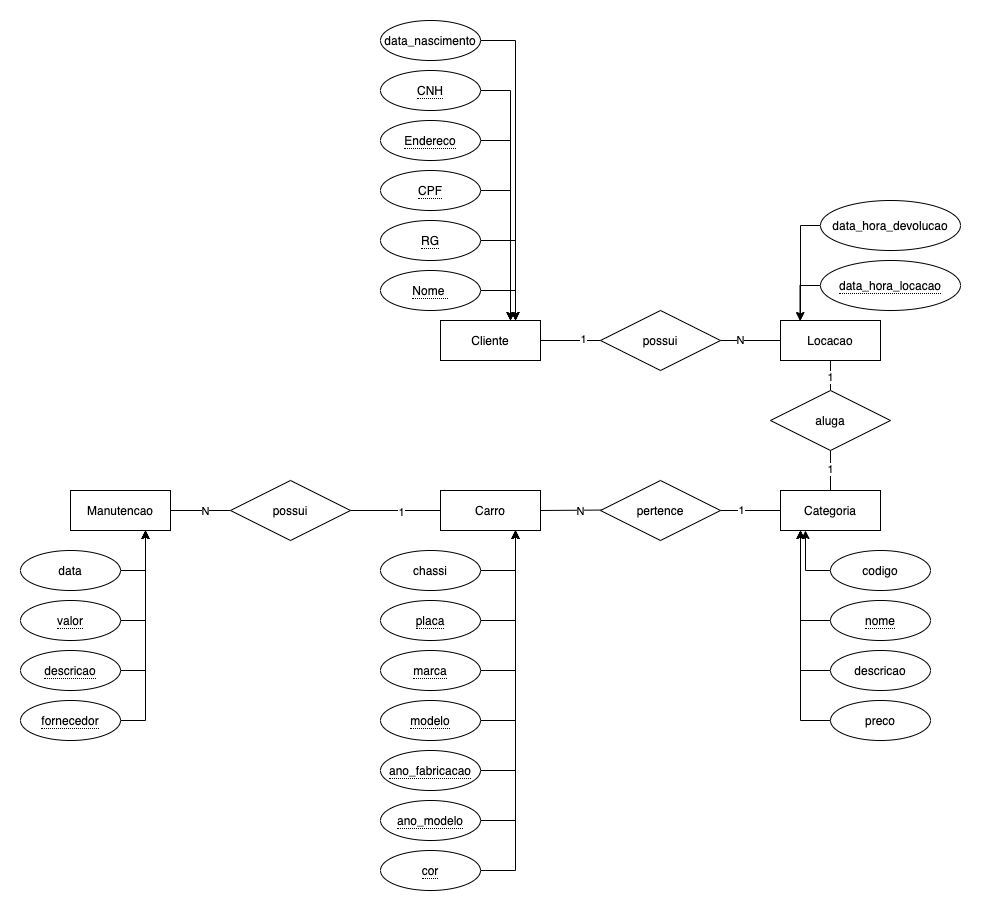
Above: 4.Locadora de Veiculos/MER_locadora_veiculos.png in abnerfilipe/AdministracaoOrganizacaoDeBancoDeDados (draw.io), before the change. Source tidied: cells renumbered, new cells last; positions are measured from the earlier drawing's top-left corner, leaving out a move shared by most shapes.
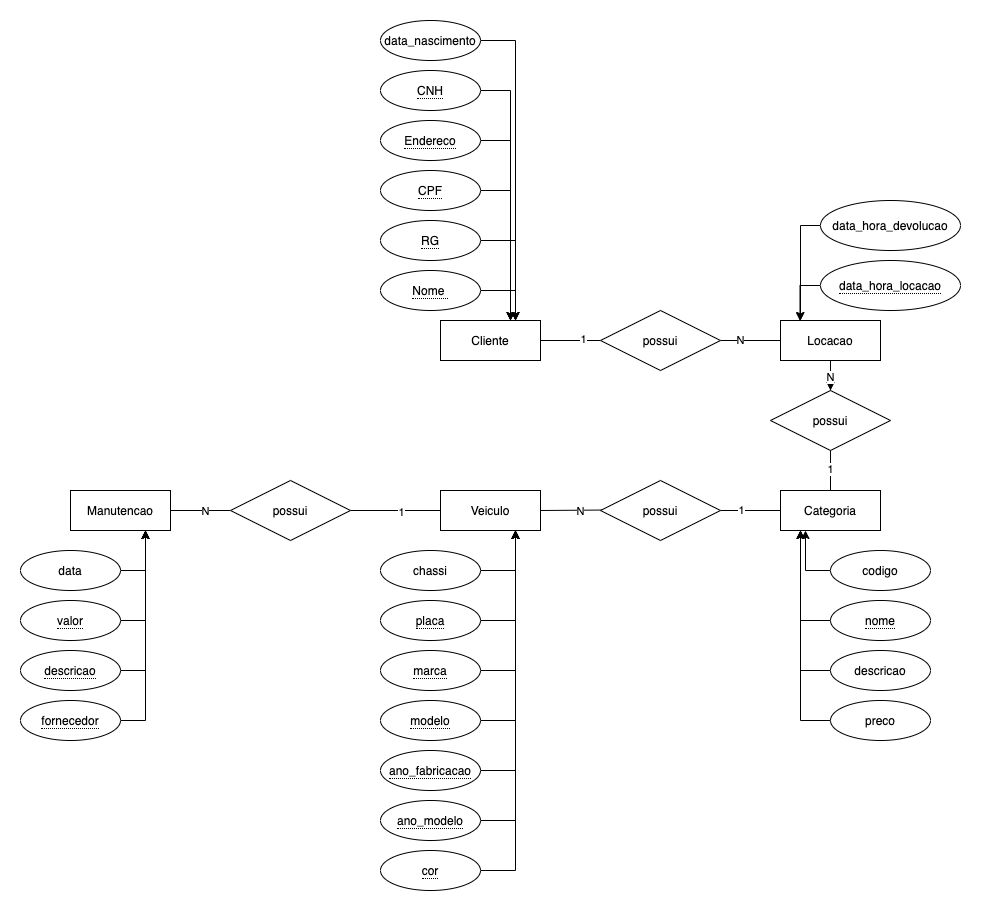
After the commit.

Commit message:
Finalizado os requisitos do sql e o MER

Change to the diagram source:
```diff
@@ -53,6 +53,9 @@
     <mxCell id="16" value="data_nascimento" style="ellipse;whiteSpace=wrap;html=1;align=center;" parent="1" vertex="1">
       <mxGeometry x="360" width="100" height="40" as="geometry" />
     </mxCell>
+    <mxCell id="73" style="edgeStyle=orthogonalEdgeStyle;rounded=0;jettySize=auto;html=1;" parent="1" edge="1" source="17" target="65">
+      <mxGeometry relative="1" as="geometry" />
+    </mxCell>
     <mxCell id="17" value="Locacao" style="whiteSpace=wrap;html=1;align=center;" parent="1" vertex="1">
       <mxGeometry x="760" y="300" width="100" height="40" as="geometry" />
     </mxCell>
@@ -77,7 +80,7 @@
     <mxCell id="24" value="1" style="edgeLabel;html=1;align=center;verticalAlign=middle;" parent="23" vertex="1">
       <mxGeometry x="0.08" y="1" relative="1" as="geometry" />
     </mxCell>
-    <mxCell id="25" value="Carro" style="whiteSpace=wrap;html=1;align=center;" parent="1" vertex="1">
+    <mxCell id="25" value="Veiculo" style="whiteSpace=wrap;html=1;align=center;" parent="1" vertex="1">
       <mxGeometry x="420" y="470" width="100" height="40" as="geometry" />
     </mxCell>
     <mxCell id="26" style="edgeStyle=orthogonalEdgeStyle;rounded=0;jettySize=auto;html=1;exitX=1;exitY=0.5;exitDx=0;exitDy=0;entryX=0.75;entryY=1;entryDx=0;entryDy=0;endArrow=classic;endFill=1;" parent="1" edge="1" source="27" target="25">
@@ -167,7 +170,7 @@
     <mxCell id="52" value="1" style="edgeLabel;html=1;align=center;verticalAlign=middle;" parent="51" vertex="1">
       <mxGeometry x="-0.35" y="1" relative="1" as="geometry" />
     </mxCell>
-    <mxCell id="53" value="pertence" style="shape=rhombus;perimeter=rhombusPerimeter;whiteSpace=wrap;html=1;align=center;" parent="1" vertex="1">
+    <mxCell id="53" value="possui" style="shape=rhombus;perimeter=rhombusPerimeter;whiteSpace=wrap;html=1;align=center;" parent="1" vertex="1">
       <mxGeometry x="580" y="460" width="120" height="60" as="geometry" />
     </mxCell>
     <mxCell id="54" value="Manutencao" style="whiteSpace=wrap;html=1;align=center;" parent="1" vertex="1">
@@ -200,10 +203,10 @@
     <mxCell id="63" style="edgeStyle=none;rounded=0;jettySize=auto;html=1;exitX=0.5;exitY=0;exitDx=0;exitDy=0;entryX=0.5;entryY=1;entryDx=0;entryDy=0;endArrow=none;endFill=0;" parent="1" edge="1" source="65" target="17">
       <mxGeometry relative="1" as="geometry" />
     </mxCell>
-    <mxCell id="64" value="1" style="edgeLabel;html=1;align=center;verticalAlign=middle;" parent="63" vertex="1">
+    <mxCell id="64" value="N" style="edgeLabel;html=1;align=center;verticalAlign=middle;" parent="63" vertex="1">
       <mxGeometry x="-0.04" y="1" relative="1" as="geometry" />
     </mxCell>
-    <mxCell id="65" value="aluga" style="shape=rhombus;perimeter=rhombusPerimeter;whiteSpace=wrap;html=1;align=center;" parent="1" vertex="1">
+    <mxCell id="65" value="possui" style="shape=rhombus;perimeter=rhombusPerimeter;whiteSpace=wrap;html=1;align=center;" parent="1" vertex="1">
       <mxGeometry x="750" y="370" width="120" height="60" as="geometry" />
     </mxCell>
     <mxCell id="66" style="edgeStyle=none;rounded=0;jettySize=auto;html=1;exitX=1;exitY=0.5;exitDx=0;exitDy=0;entryX=0;entryY=0.5;entryDx=0;entryDy=0;endArrow=none;endFill=0;" parent="1" edge="1" source="70" target="25">
```
